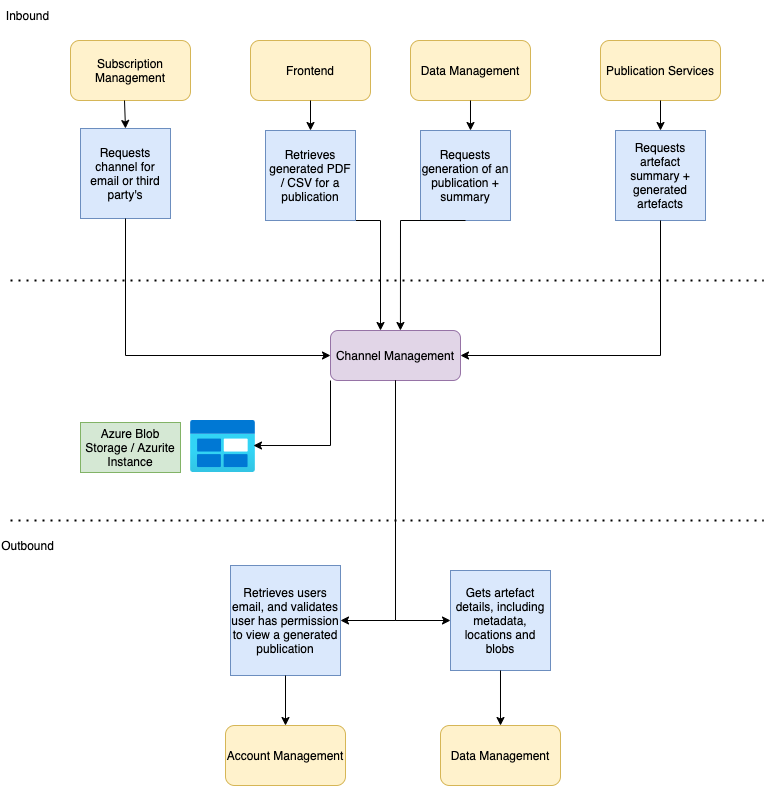
hmcts/pip-channel-management keeps this draw.io diagram as channel-man-arch.png. Above is the earlier version. Source tidied: cells renumbered, new cells last; positions are measured from the earlier drawing's top-left corner, leaving out a move shared by most shapes.
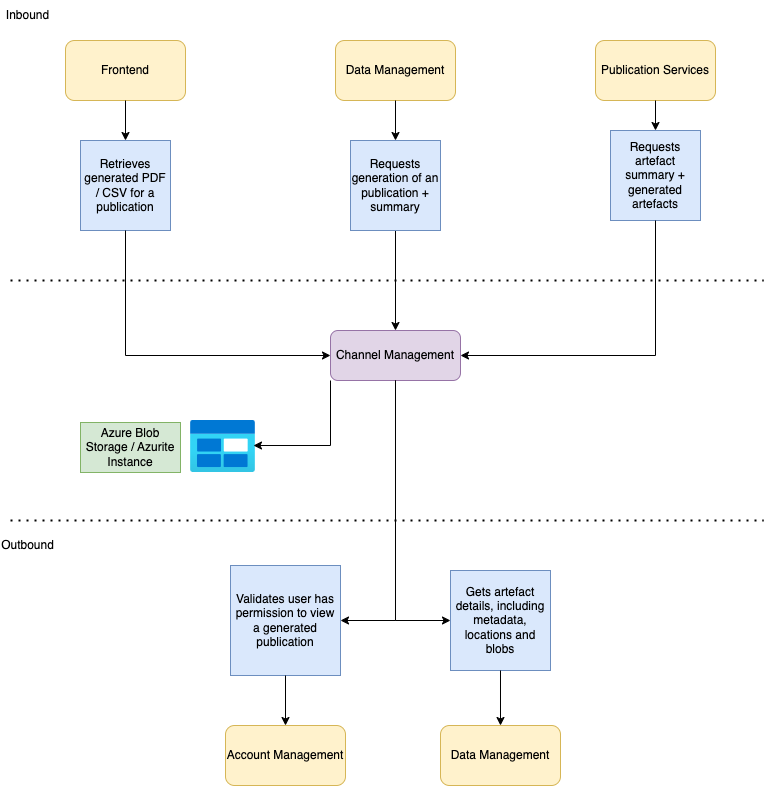
Later version of the same file.

Diff of the diagram source:
```diff
@@ -12,18 +12,10 @@
       <mxGeometry x="80" y="422" width="100" height="50" as="geometry" />
     </mxCell>
     <mxCell id="5" value="Frontend" style="rounded=1;whiteSpace=wrap;html=1;fillColor=#fff2cc;strokeColor=#d6b656;" parent="1" vertex="1">
-      <mxGeometry x="250" y="40" width="120" height="60" as="geometry" />
+      <mxGeometry x="65" y="40" width="120" height="60" as="geometry" />
     </mxCell>
-    <mxCell id="6" style="endArrow=classic;html=1;rounded=0;exitX=0.5;exitY=1;exitDx=0;exitDy=0;" parent="1" edge="1" source="7">
-      <mxGeometry relative="1" as="geometry">
-        <mxPoint x="380" y="330" as="targetPoint" />
-        <Array as="points">
-          <mxPoint x="380" y="220" />
-        </Array>
-      </mxGeometry>
-    </mxCell>
     <mxCell id="7" value="Retrieves generated PDF / CSV for a publication" style="whiteSpace=wrap;html=1;fillColor=#dae8fc;strokeColor=#6c8ebf;" parent="1" vertex="1">
-      <mxGeometry x="265" y="130" width="90" height="90" as="geometry" />
+      <mxGeometry x="80" y="140" width="90" height="90" as="geometry" />
     </mxCell>
     <mxCell id="8" style="endArrow=classic;html=1;rounded=0;exitX=0.5;exitY=1;exitDx=0;exitDy=0;entryX=0.5;entryY=0;entryDx=0;entryDy=0;" parent="1" edge="1" source="5" target="7">
       <mxGeometry relative="1" as="geometry" />
@@ -34,7 +26,7 @@
     <mxCell id="10" value="Data Management" style="rounded=1;whiteSpace=wrap;html=1;fillColor=#fff2cc;strokeColor=#d6b656;" parent="1" vertex="1">
       <mxGeometry x="440" y="725" width="120" height="60" as="geometry" />
     </mxCell>
-    <mxCell id="11" value="Retrieves users email, and validates user has permission to view a generated publication" style="whiteSpace=wrap;html=1;fillColor=#dae8fc;strokeColor=#6c8ebf;" parent="1" vertex="1">
+    <mxCell id="11" value="Validates user has permission to view a generated publication" style="whiteSpace=wrap;html=1;fillColor=#dae8fc;strokeColor=#6c8ebf;" parent="1" vertex="1">
       <mxGeometry x="230" y="565" width="110" height="110" as="geometry" />
     </mxCell>
     <mxCell id="12" value="Gets artefact details, including metadata, locations and blobs" style="whiteSpace=wrap;html=1;fillColor=#dae8fc;strokeColor=#6c8ebf;" parent="1" vertex="1">
@@ -47,22 +39,16 @@
       <mxGeometry relative="1" as="geometry" />
     </mxCell>
     <mxCell id="15" value="Data Management" style="rounded=1;whiteSpace=wrap;html=1;fillColor=#fff2cc;strokeColor=#d6b656;" parent="1" vertex="1">
-      <mxGeometry x="410" y="40" width="120" height="60" as="geometry" />
+      <mxGeometry x="335" y="40" width="120" height="60" as="geometry" />
     </mxCell>
+    <mxCell id="17" style="edgeStyle=orthogonalEdgeStyle;rounded=0;jettySize=auto;html=1;" parent="1" edge="1" source="16" target="2">
+      <mxGeometry relative="1" as="geometry" />
+    </mxCell>
     <mxCell id="16" value="Requests generation of an publication + summary" style="whiteSpace=wrap;html=1;fillColor=#dae8fc;strokeColor=#6c8ebf;" parent="1" vertex="1">
-      <mxGeometry x="420" y="130" width="90" height="90" as="geometry" />
+      <mxGeometry x="350" y="140" width="90" height="90" as="geometry" />
     </mxCell>
-    <mxCell id="17" style="endArrow=classic;html=1;rounded=0;exitX=0.5;exitY=1;exitDx=0;exitDy=0;entryX=0.538;entryY=0;entryDx=0;entryDy=0;entryPerimeter=0;" parent="1" edge="1" source="16" target="2">
-      <mxGeometry relative="1" as="geometry">
-        <Array as="points">
-          <mxPoint x="400" y="220" />
-        </Array>
-      </mxGeometry>
-    </mxCell>
-    <mxCell id="18" style="endArrow=classic;html=1;rounded=0;exitX=0.5;exitY=1;exitDx=0;exitDy=0;" parent="1" edge="1" source="15">
-      <mxGeometry relative="1" as="geometry">
-        <mxPoint x="470" y="130" as="targetPoint" />
-      </mxGeometry>
+    <mxCell id="18" style="endArrow=classic;html=1;rounded=0;exitX=0.5;exitY=1;exitDx=0;exitDy=0;entryX=0.5;entryY=0;entryDx=0;entryDy=0;" parent="1" edge="1" source="15" target="16">
+      <mxGeometry relative="1" as="geometry" />
     </mxCell>
     <mxCell id="19" style="endArrow=classic;html=1;rounded=0;exitX=0;exitY=1;exitDx=0;exitDy=0;entryX=0.969;entryY=0.481;entryDx=0;entryDy=0;entryPerimeter=0;" parent="1" edge="1" source="2" target="3">
       <mxGeometry relative="1" as="geometry">
@@ -71,16 +57,7 @@
         </Array>
       </mxGeometry>
     </mxCell>
-    <mxCell id="20" value="Subscription Management" style="rounded=1;whiteSpace=wrap;html=1;fillColor=#fff2cc;strokeColor=#d6b656;" parent="1" vertex="1">
-      <mxGeometry x="70" y="40" width="120" height="60" as="geometry" />
-    </mxCell>
-    <mxCell id="21" value="Requests channel for email or third party's" style="whiteSpace=wrap;html=1;fillColor=#dae8fc;strokeColor=#6c8ebf;" parent="1" vertex="1">
-      <mxGeometry x="80" y="128" width="90" height="90" as="geometry" />
-    </mxCell>
-    <mxCell id="22" style="endArrow=classic;html=1;rounded=0;exitX=0.45;exitY=1;exitDx=0;exitDy=0;exitPerimeter=0;entryX=0.5;entryY=0;entryDx=0;entryDy=0;" parent="1" edge="1" source="20" target="21">
-      <mxGeometry relative="1" as="geometry" />
-    </mxCell>
-    <mxCell id="23" style="endArrow=classic;html=1;rounded=0;exitX=0.5;exitY=1;exitDx=0;exitDy=0;entryX=0;entryY=0.5;entryDx=0;entryDy=0;" parent="1" edge="1" source="21" target="2">
+    <mxCell id="23" style="endArrow=classic;html=1;rounded=0;entryX=0;entryY=0.5;entryDx=0;entryDy=0;exitX=0.5;exitY=1;exitDx=0;exitDy=0;" parent="1" edge="1" source="7" target="2">
       <mxGeometry relative="1" as="geometry">
         <Array as="points">
           <mxPoint x="125" y="355" />
@@ -88,10 +65,10 @@
       </mxGeometry>
     </mxCell>
     <mxCell id="24" value="Publication Services" style="rounded=1;whiteSpace=wrap;html=1;fillColor=#fff2cc;strokeColor=#d6b656;" parent="1" vertex="1">
-      <mxGeometry x="600" y="40" width="120" height="60" as="geometry" />
+      <mxGeometry x="595" y="40" width="120" height="60" as="geometry" />
     </mxCell>
     <mxCell id="25" value="Requests artefact summary + generated artefacts" style="whiteSpace=wrap;html=1;fillColor=#dae8fc;strokeColor=#6c8ebf;" parent="1" vertex="1">
-      <mxGeometry x="615" y="130" width="90" height="90" as="geometry" />
+      <mxGeometry x="610" y="130" width="90" height="90" as="geometry" />
     </mxCell>
     <mxCell id="26" style="endArrow=classic;html=1;rounded=0;exitX=0.5;exitY=1;exitDx=0;exitDy=0;entryX=0.5;entryY=0;entryDx=0;entryDy=0;" parent="1" edge="1" source="24" target="25">
       <mxGeometry relative="1" as="geometry" />
@@ -99,7 +76,7 @@
     <mxCell id="27" style="endArrow=classic;html=1;rounded=0;exitX=0.5;exitY=1;exitDx=0;exitDy=0;entryX=1;entryY=0.5;entryDx=0;entryDy=0;" parent="1" edge="1" source="25" target="2">
       <mxGeometry relative="1" as="geometry">
         <Array as="points">
-          <mxPoint x="660" y="355" />
+          <mxPoint x="655" y="355" />
         </Array>
       </mxGeometry>
     </mxCell>
```
